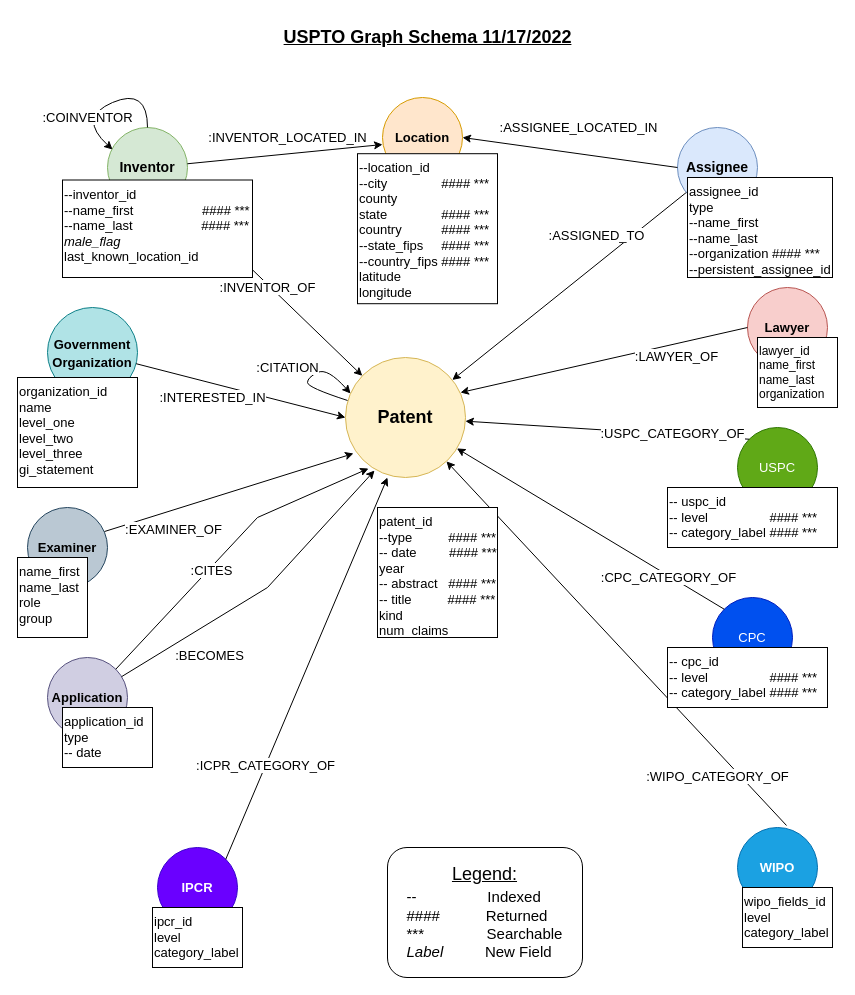
The draw.io diagram uspto20220630/new_uspto_diagram.drawio in iuni-cadre/DataPipelineAndProvenanceForCADRE, before the edit. Source tidied: cells renumbered, new cells numbered last; positions are measured from the earlier drawing's top-left corner, leaving out a move shared by most shapes. Both pictures are drawn from the tidied source at 100%, with x=0, y=0 at pixel (17, 17).
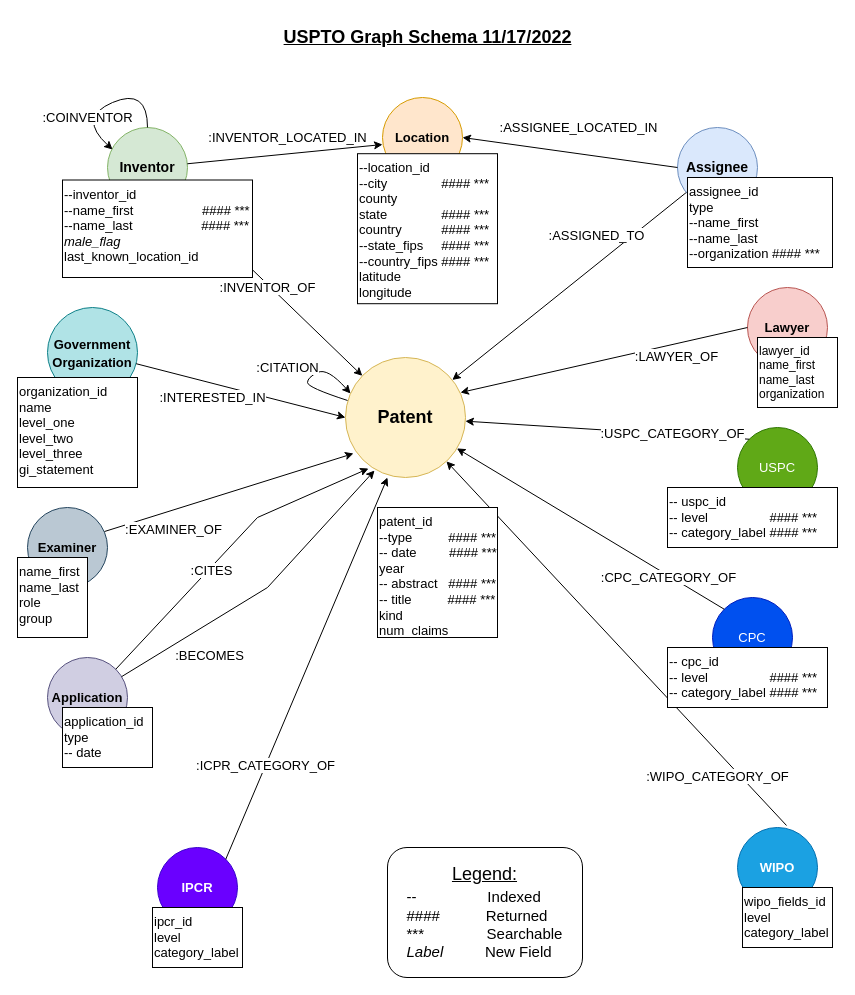
The same diagram, later.

Commit message (it also covers changes not shown here):
update examiner, application, assignee nodes

Diff of the diagram source:
```diff
@@
-    <mxCell id="15" value="assignee_id&lt;br&gt;type&lt;br&gt;--name_first&lt;br&gt;--name_last&lt;br&gt;--organization #### ***&lt;br&gt;--persistent_assignee_id" style="whiteSpace=wrap;html=1;fontSize=13;align=left;verticalAlign=top;" parent="1" vertex="1">
-      <mxGeometry x="670" y="160" width="145" height="100" as="geometry" />
+    <mxCell id="15" value="assignee_id&lt;br&gt;type&lt;br&gt;--name_first&lt;br&gt;--name_last&lt;br&gt;--organization #### ***" style="whiteSpace=wrap;html=1;fontSize=13;align=left;verticalAlign=top;" parent="1" vertex="1">
+      <mxGeometry x="670" y="160" width="145" height="90" as="geometry" />
     </mxCell>
```
